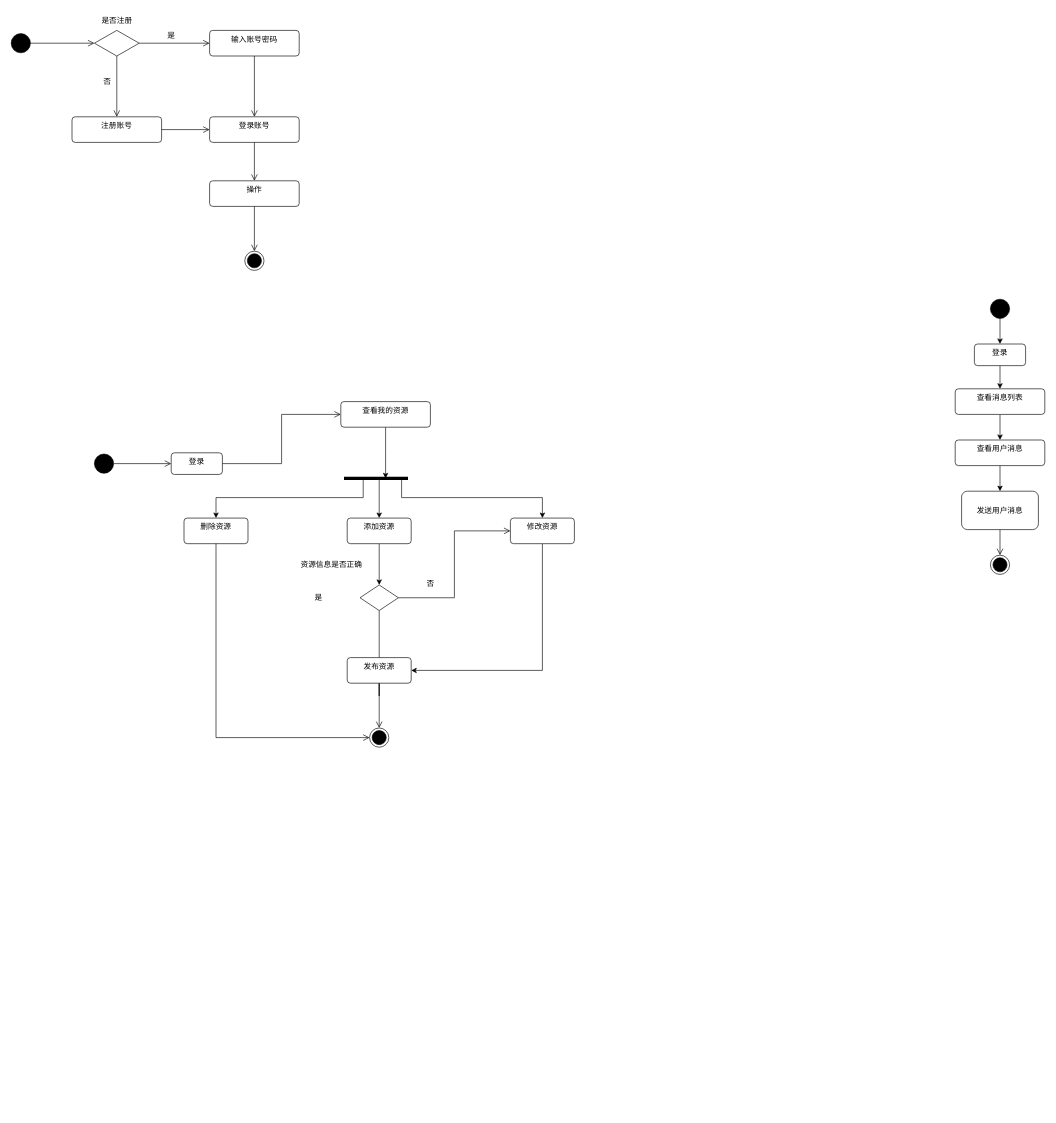
xiaoguokf/draw.io keeps this draw.io diagram as 毕设/活动图.drawio. Above is the earlier version. Source tidied: cells renumbered, new cells numbered last; positions are measured from the earlier drawing's top-left corner, leaving out a move shared by most shapes. Both pictures are drawn from the tidied source at 64%, with x=0, y=0 at pixel (11, 11).
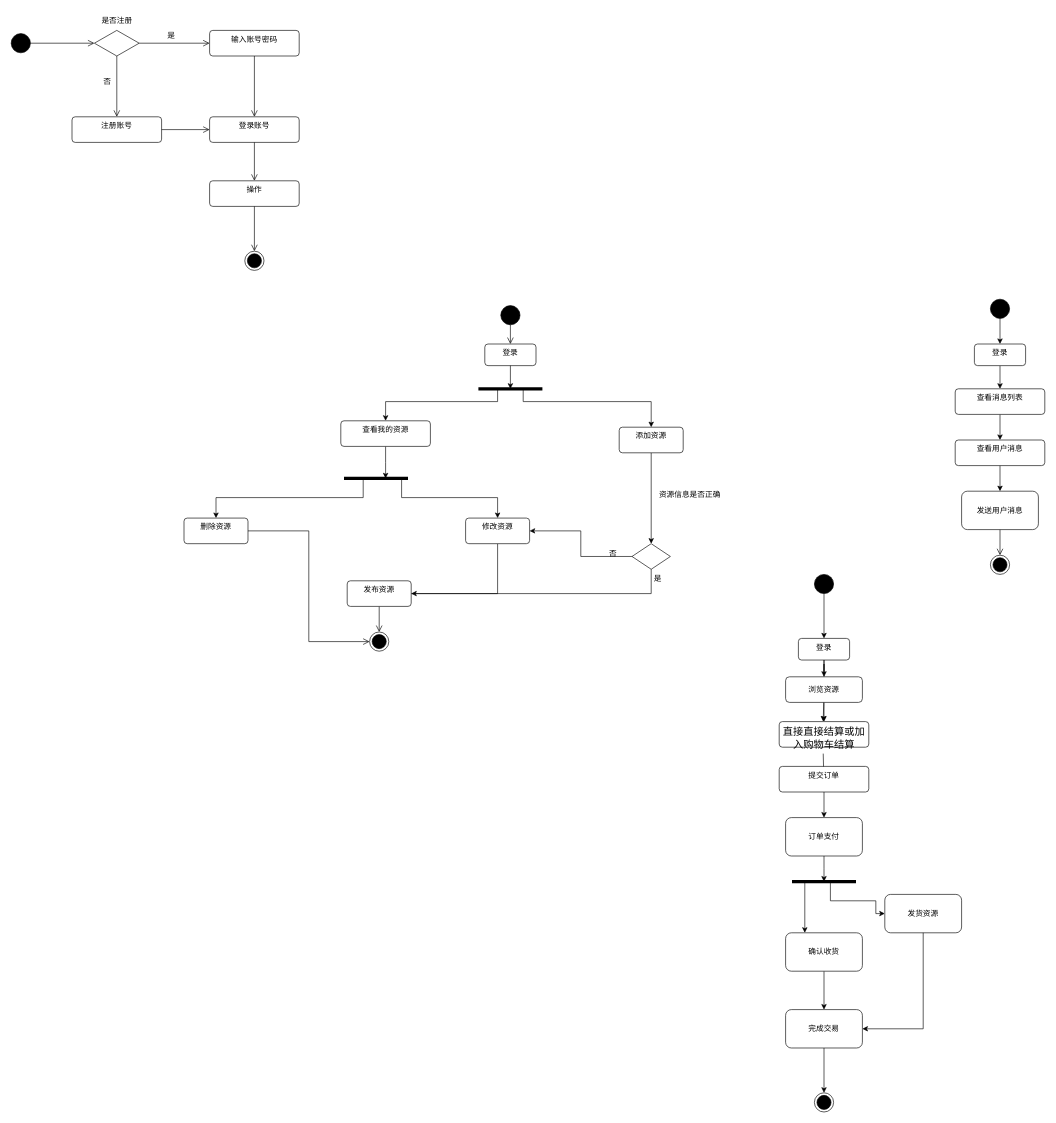
The same diagram, later.

Commit message (it also covers changes not shown here):
更新活动图.drawio

Unchanged cells that the change refers to:
```xml
<mxCell id="36" value="删除资源" style="html=1;align=center;verticalAlign=top;rounded=1;absoluteArcSize=1;arcSize=10;dashed=0;whiteSpace=wrap;" parent="1" vertex="1">
  <mxGeometry x="270" y="792" width="100" height="40" as="geometry" />
</mxCell>
```

Diff of the diagram source:
```diff
@@
     <mxCell id="19" style="ellipse;fillColor=strokeColor;html=1;" parent="1" vertex="1">
-      <mxGeometry x="130" y="691.9" width="30" height="30" as="geometry" />
+      <mxGeometry x="765" y="460" width="30" height="30" as="geometry" />
     </mxCell>
     <mxCell id="20" style="ellipse;html=1;shape=endState;fillColor=strokeColor;" parent="1" vertex="1">
-      <mxGeometry x="560" y="1120" width="30" height="30" as="geometry" />
+      <mxGeometry x="560" y="970" width="30" height="30" as="geometry" />
     </mxCell>
@@
     <mxCell id="22" value="修改资源" style="html=1;align=center;verticalAlign=top;rounded=1;absoluteArcSize=1;arcSize=10;dashed=0;whiteSpace=wrap;" parent="1" vertex="1">
-      <mxGeometry x="780" y="792" width="100" height="40" as="geometry" />
+      <mxGeometry x="710" y="792" width="100" height="40" as="geometry" />
     </mxCell>
@@
     <mxCell id="24" value="查看我的资源" style="html=1;align=center;verticalAlign=top;rounded=1;absoluteArcSize=1;arcSize=10;dashed=0;whiteSpace=wrap;" parent="1" vertex="1">
-      <mxGeometry x="515" y="610" width="140" height="40" as="geometry" />
+      <mxGeometry x="515" y="640" width="140" height="40" as="geometry" />
     </mxCell>
     <mxCell id="25" value="登录" style="html=1;align=center;verticalAlign=top;rounded=1;absoluteArcSize=1;arcSize=10;dashed=0;whiteSpace=wrap;" parent="1" vertex="1">
-      <mxGeometry x="250" y="690" width="80" height="33.8" as="geometry" />
+      <mxGeometry x="740" y="520" width="80" height="33.8" as="geometry" />
     </mxCell>
     <mxCell id="26" style="edgeStyle=orthogonalEdgeStyle;rounded=0;jettySize=auto;html=1;exitX=0.5;exitY=1;exitDx=0;exitDy=0;entryX=0.5;entryY=0;entryDx=0;entryDy=0;" parent="1" edge="1" source="27" target="35">
       <mxGeometry relative="1" as="geometry">
         <Array as="points">
-          <mxPoint x="575" y="1070" />
+          <mxPoint x="1000" y="910" />
+          <mxPoint x="575" y="910" />
         </Array>
       </mxGeometry>
     </mxCell>
+    <mxCell id="29" style="edgeStyle=orthogonalEdgeStyle;rounded=0;jettySize=auto;html=1;exitX=0;exitY=0.5;exitDx=0;exitDy=0;entryX=1;entryY=0.5;entryDx=0;entryDy=0;" parent="1" edge="1" source="27" target="22">
+      <mxGeometry relative="1" as="geometry" />
+    </mxCell>
     <mxCell id="27" style="rhombus;" parent="1" vertex="1">
-      <mxGeometry x="545" y="896.5" width="60" height="40" as="geometry" />
+      <mxGeometry x="970" y="832" width="60" height="40" as="geometry" />
     </mxCell>
@@
-    <mxCell id="29" style="endArrow=open;startArrow=none;endFill=0;startFill=0;endSize=8;html=1;verticalAlign=bottom;labelBackgroundColor=none;strokeWidth=1;rounded=0;exitX=1;exitY=0.5;exitDx=0;exitDy=0;entryX=0;entryY=0.5;entryDx=0;entryDy=0;edgeStyle=orthogonalEdgeStyle;" parent="1" edge="1" source="27" target="22">
-      <mxGeometry relative="1" as="geometry" />
-    </mxCell>
-    <mxCell id="30" style="endArrow=open;startArrow=none;endFill=0;startFill=0;endSize=8;html=1;verticalAlign=bottom;labelBackgroundColor=none;strokeWidth=1;rounded=0;exitX=1;exitY=0.5;exitDx=0;exitDy=0;entryX=0;entryY=0.5;entryDx=0;entryDy=0;edgeStyle=orthogonalEdgeStyle;" parent="1" edge="1" source="25" target="24">
-      <mxGeometry relative="1" as="geometry" />
-    </mxCell>
-    <mxCell id="31" style="endArrow=open;startArrow=none;endFill=0;startFill=0;endSize=8;html=1;verticalAlign=bottom;labelBackgroundColor=none;strokeWidth=1;rounded=0;exitX=1;exitY=0.5;exitDx=0;exitDy=0;entryX=0;entryY=0.5;entryDx=0;entryDy=0;" parent="1" edge="1" source="19" target="25">
+    <mxCell id="31" style="endArrow=open;startArrow=none;endFill=0;startFill=0;endSize=8;html=1;verticalAlign=bottom;labelBackgroundColor=none;strokeWidth=1;rounded=0;exitX=0.5;exitY=1;exitDx=0;exitDy=0;entryX=0.5;entryY=0;entryDx=0;entryDy=0;" parent="1" edge="1" source="19" target="25">
       <mxGeometry relative="1" as="geometry" />
     </mxCell>
     <mxCell id="32" value="资源信息是否正确" style="text;html=1;align=center;verticalAlign=middle;strokeColor=none;fillColor=none;" parent="1" vertex="1">
-      <mxGeometry x="440" y="850" width="120" height="30" as="geometry" />
+      <mxGeometry x="1000" y="740" width="120" height="30" as="geometry" />
     </mxCell>
     <mxCell id="33" value="是" style="text;html=1;align=center;verticalAlign=middle;strokeColor=none;fillColor=none;" parent="1" vertex="1">
-      <mxGeometry x="460" y="901.5" width="40" height="30" as="geometry" />
+      <mxGeometry x="990" y="872" width="40" height="30" as="geometry" />
     </mxCell>
     <mxCell id="34" value="否" style="text;html=1;align=center;verticalAlign=middle;strokeColor=none;fillColor=none;" parent="1" vertex="1">
-      <mxGeometry x="635" y="880" width="40" height="30" as="geometry" />
+      <mxGeometry x="920" y="832" width="40" height="30" as="geometry" />
     </mxCell>
     <mxCell id="35" value="发布资源" style="html=1;align=center;verticalAlign=top;rounded=1;absoluteArcSize=1;arcSize=10;dashed=0;whiteSpace=wrap;" parent="1" vertex="1">
-      <mxGeometry x="525" y="1010" width="100" height="40" as="geometry" />
+      <mxGeometry x="525" y="890" width="100" height="40" as="geometry" />
     </mxCell>
@@
     <mxCell id="37" style="endArrow=open;startArrow=none;endFill=0;startFill=0;endSize=8;html=1;verticalAlign=bottom;labelBackgroundColor=none;strokeWidth=1;rounded=0;entryX=0;entryY=0.5;entryDx=0;entryDy=0;edgeStyle=orthogonalEdgeStyle;" parent="1" edge="1" source="36" target="20">
-      <mxGeometry relative="1" as="geometry">
-        <Array as="points">
-          <mxPoint x="320" y="1135" />
-        </Array>
-      </mxGeometry>
+      <mxGeometry relative="1" as="geometry" />
     </mxCell>
@@
     <mxCell id="39" value="添加资源" style="html=1;align=center;verticalAlign=top;rounded=1;absoluteArcSize=1;arcSize=10;dashed=0;whiteSpace=wrap;" parent="1" vertex="1">
-      <mxGeometry x="525" y="792" width="100" height="40" as="geometry" />
+      <mxGeometry x="950" y="650" width="100" height="40" as="geometry" />
     </mxCell>
@@
     <mxCell id="41" style="endArrow=classic;html=1;rounded=0;entryX=0.5;entryY=0;entryDx=0;entryDy=0;edgeStyle=orthogonalEdgeStyle;" parent="1" edge="1" target="22">
       <mxGeometry relative="1" as="geometry">
         <mxPoint x="610" y="730" as="sourcePoint" />
         <Array as="points">
           <mxPoint x="610" y="760" />
-          <mxPoint x="830" y="760" />
+          <mxPoint x="760" y="760" />
         </Array>
       </mxGeometry>
     </mxCell>
-    <mxCell id="42" style="endArrow=classic;html=1;rounded=0;entryX=0.5;entryY=0;entryDx=0;entryDy=0;" parent="1" edge="1" target="39">
-      <mxGeometry relative="1" as="geometry">
-        <mxPoint x="575" y="730" as="sourcePoint" />
-      </mxGeometry>
-    </mxCell>
@@
+    <mxCell id="55" style="html=1;rounded=0;strokeWidth=5;endArrow=none;endFill=0;" parent="1" edge="1">
+      <mxGeometry relative="1" as="geometry">
+        <mxPoint x="730" y="590" as="sourcePoint" />
+        <mxPoint x="830" y="590" as="targetPoint" />
+      </mxGeometry>
+    </mxCell>
+    <mxCell id="56" style="endArrow=classic;html=1;rounded=0;exitX=0.5;exitY=1;exitDx=0;exitDy=0;" parent="1" edge="1" source="25">
+      <mxGeometry relative="1" as="geometry">
+        <mxPoint x="780" y="590" as="targetPoint" />
+      </mxGeometry>
+    </mxCell>
+    <mxCell id="57" style="endArrow=classic;html=1;rounded=0;entryX=0.5;entryY=0;entryDx=0;entryDy=0;edgeStyle=orthogonalEdgeStyle;" parent="1" edge="1" target="24">
+      <mxGeometry relative="1" as="geometry">
+        <mxPoint x="760" y="590" as="sourcePoint" />
+        <Array as="points">
+          <mxPoint x="760" y="610" />
+          <mxPoint x="585" y="610" />
+        </Array>
+      </mxGeometry>
+    </mxCell>
+    <mxCell id="58" style="endArrow=classic;html=1;rounded=0;entryX=0.5;entryY=0;entryDx=0;entryDy=0;edgeStyle=orthogonalEdgeStyle;" parent="1" edge="1" target="39">
+      <mxGeometry relative="1" as="geometry">
+        <mxPoint x="800" y="590" as="sourcePoint" />
+        <Array as="points">
+          <mxPoint x="800" y="610" />
+          <mxPoint x="1000" y="610" />
+        </Array>
+      </mxGeometry>
+    </mxCell>
+    <mxCell id="59" style="edgeStyle=orthogonalEdgeStyle;rounded=0;jettySize=auto;html=1;exitX=0.5;exitY=1;exitDx=0;exitDy=0;entryX=0.5;entryY=0;entryDx=0;entryDy=0;" parent="1" edge="1" source="60" target="65">
+      <mxGeometry relative="1" as="geometry" />
+    </mxCell>
+    <mxCell id="60" style="ellipse;fillColor=strokeColor;html=1;" parent="1" vertex="1">
+      <mxGeometry x="1255" y="880" width="30" height="30" as="geometry" />
+    </mxCell>
+    <mxCell id="61" style="ellipse;html=1;shape=endState;fillColor=strokeColor;" parent="1" vertex="1">
+      <mxGeometry x="1255" y="1690" width="30" height="30" as="geometry" />
+    </mxCell>
+    <mxCell id="62" style="edgeStyle=orthogonalEdgeStyle;rounded=0;jettySize=auto;html=1;exitX=0.5;exitY=1;exitDx=0;exitDy=0;" parent="1" edge="1" target="67">
+      <mxGeometry relative="1" as="geometry">
+        <mxPoint x="1268.8" y="1160" as="sourcePoint" />
+      </mxGeometry>
+    </mxCell>
+    <mxCell id="63" style="edgeStyle=orthogonalEdgeStyle;rounded=0;jettySize=auto;html=1;exitX=0.5;exitY=1;exitDx=0;exitDy=0;" parent="1" edge="1" source="65" target="81">
+      <mxGeometry relative="1" as="geometry" />
+    </mxCell>
+    <mxCell id="64" style="edgeStyle=orthogonalEdgeStyle;rounded=0;jettySize=auto;html=1;exitX=0.5;exitY=1;exitDx=0;exitDy=0;entryX=0.5;entryY=0;entryDx=0;entryDy=0;" parent="1" edge="1" source="65">
+      <mxGeometry relative="1" as="geometry">
+        <mxPoint x="1268.8" y="1110" as="targetPoint" />
+      </mxGeometry>
+    </mxCell>
+    <mxCell id="65" value="登录" style="html=1;align=center;verticalAlign=top;rounded=1;absoluteArcSize=1;arcSize=10;dashed=0;whiteSpace=wrap;" parent="1" vertex="1">
+      <mxGeometry x="1230" y="980" width="80" height="33.8" as="geometry" />
+    </mxCell>
+    <mxCell id="66" style="edgeStyle=orthogonalEdgeStyle;rounded=0;jettySize=auto;html=1;exitX=0.5;exitY=1;exitDx=0;exitDy=0;entryX=0.5;entryY=0;entryDx=0;entryDy=0;" parent="1" edge="1" source="67" target="71">
+      <mxGeometry relative="1" as="geometry" />
+    </mxCell>
+    <mxCell id="67" value="提交订单" style="html=1;align=center;verticalAlign=top;rounded=1;absoluteArcSize=1;arcSize=10;dashed=0;whiteSpace=wrap;" parent="1" vertex="1">
+      <mxGeometry x="1200" y="1180" width="140" height="40" as="geometry" />
+    </mxCell>
+    <mxCell id="68" style="edgeStyle=orthogonalEdgeStyle;rounded=0;jettySize=auto;html=1;exitX=0.5;exitY=1;exitDx=0;exitDy=0;" parent="1" edge="1" source="69" target="77">
+      <mxGeometry relative="1" as="geometry" />
+    </mxCell>
+    <mxCell id="69" value="确认收货" style="rounded=1;whiteSpace=wrap;html=1;" parent="1" vertex="1">
+      <mxGeometry x="1210" y="1440" width="120" height="60" as="geometry" />
+    </mxCell>
+    <mxCell id="70" style="edgeStyle=orthogonalEdgeStyle;rounded=0;jettySize=auto;html=1;exitX=0.5;exitY=1;exitDx=0;exitDy=0;" parent="1" edge="1" source="71">
+      <mxGeometry relative="1" as="geometry">
+        <mxPoint x="1270" y="1360" as="targetPoint" />
+      </mxGeometry>
+    </mxCell>
+    <mxCell id="71" value="订单支付" style="rounded=1;whiteSpace=wrap;html=1;" parent="1" vertex="1">
+      <mxGeometry x="1210" y="1260" width="120" height="60" as="geometry" />
+    </mxCell>
+    <mxCell id="72" style="html=1;rounded=0;strokeWidth=5;endArrow=none;endFill=0;" parent="1" edge="1">
+      <mxGeometry relative="1" as="geometry">
+        <mxPoint x="1220" y="1360" as="sourcePoint" />
+        <mxPoint x="1320" y="1360" as="targetPoint" />
+        <Array as="points">
+          <mxPoint x="1280" y="1360" />
+        </Array>
+      </mxGeometry>
+    </mxCell>
+    <mxCell id="73" style="endArrow=classic;html=1;rounded=0;entryX=0.25;entryY=0;entryDx=0;entryDy=0;" parent="1" edge="1" target="69">
+      <mxGeometry relative="1" as="geometry">
+        <mxPoint x="1240" y="1360" as="sourcePoint" />
+      </mxGeometry>
+    </mxCell>
+    <mxCell id="74" style="endArrow=classic;html=1;rounded=0;entryX=0;entryY=0.5;entryDx=0;entryDy=0;edgeStyle=orthogonalEdgeStyle;" parent="1" edge="1" target="75">
+      <mxGeometry relative="1" as="geometry">
+        <mxPoint x="1280" y="1360" as="sourcePoint" />
+        <Array as="points">
+          <mxPoint x="1280" y="1390" />
+          <mxPoint x="1351" y="1390" />
+          <mxPoint x="1351" y="1410" />
+        </Array>
+      </mxGeometry>
+    </mxCell>
+    <mxCell id="75" value="发货资源" style="rounded=1;whiteSpace=wrap;html=1;" parent="1" vertex="1">
+      <mxGeometry x="1365" y="1380" width="120" height="60" as="geometry" />
+    </mxCell>
+    <mxCell id="76" style="edgeStyle=orthogonalEdgeStyle;rounded=0;jettySize=auto;html=1;exitX=0.5;exitY=1;exitDx=0;exitDy=0;entryX=0.5;entryY=0;entryDx=0;entryDy=0;" parent="1" edge="1" source="77" target="61">
+      <mxGeometry relative="1" as="geometry" />
+    </mxCell>
+    <mxCell id="77" value="完成交易" style="rounded=1;whiteSpace=wrap;html=1;" parent="1" vertex="1">
+      <mxGeometry x="1210" y="1560" width="120" height="60" as="geometry" />
+    </mxCell>
+    <mxCell id="78" style="edgeStyle=orthogonalEdgeStyle;rounded=0;jettySize=auto;html=1;exitX=0.5;exitY=1;exitDx=0;exitDy=0;entryX=1;entryY=0.5;entryDx=0;entryDy=0;" parent="1" edge="1" source="75" target="77">
+      <mxGeometry relative="1" as="geometry" />
+    </mxCell>
+    <mxCell id="79" value="&lt;span style=&quot;font-family: 宋体; font-size: 16px; text-indent: 32px;&quot;&gt;直接直接结算或加入购物车结算&lt;/span&gt;" style="html=1;align=center;verticalAlign=top;rounded=1;absoluteArcSize=1;arcSize=10;dashed=0;whiteSpace=wrap;" parent="1" vertex="1">
+      <mxGeometry x="1200" y="1110" width="140" height="40" as="geometry" />
+    </mxCell>
+    <mxCell id="80" style="edgeStyle=orthogonalEdgeStyle;rounded=0;jettySize=auto;html=1;exitX=0.5;exitY=1;exitDx=0;exitDy=0;entryX=0.5;entryY=0;entryDx=0;entryDy=0;" parent="1" edge="1" source="81" target="79">
+      <mxGeometry relative="1" as="geometry" />
+    </mxCell>
+    <mxCell id="81" value="浏览资源" style="rounded=1;whiteSpace=wrap;html=1;" parent="1" vertex="1">
+      <mxGeometry x="1210" y="1040" width="120" height="40" as="geometry" />
+    </mxCell>
```
